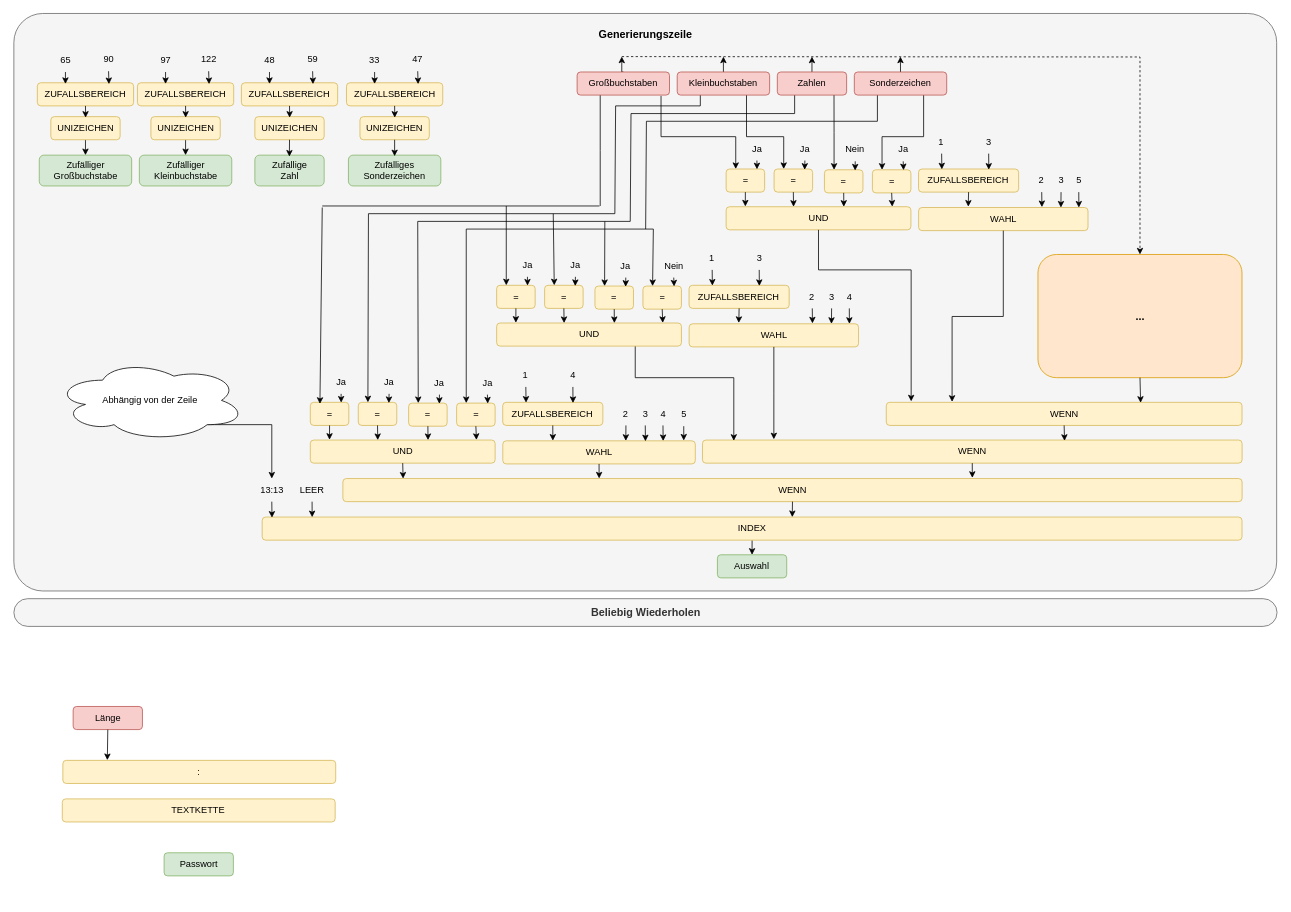
The draw.io diagram Passwort Generator.drawio in Nikogenia/Draw, before the edit. Source tidied: cells renumbered, new cells numbered last; positions are measured from the earlier drawing's top-left corner, leaving out a move shared by most shapes. Both pictures are drawn from the tidied source at 77%, with x=0, y=0 at pixel (14, 13).
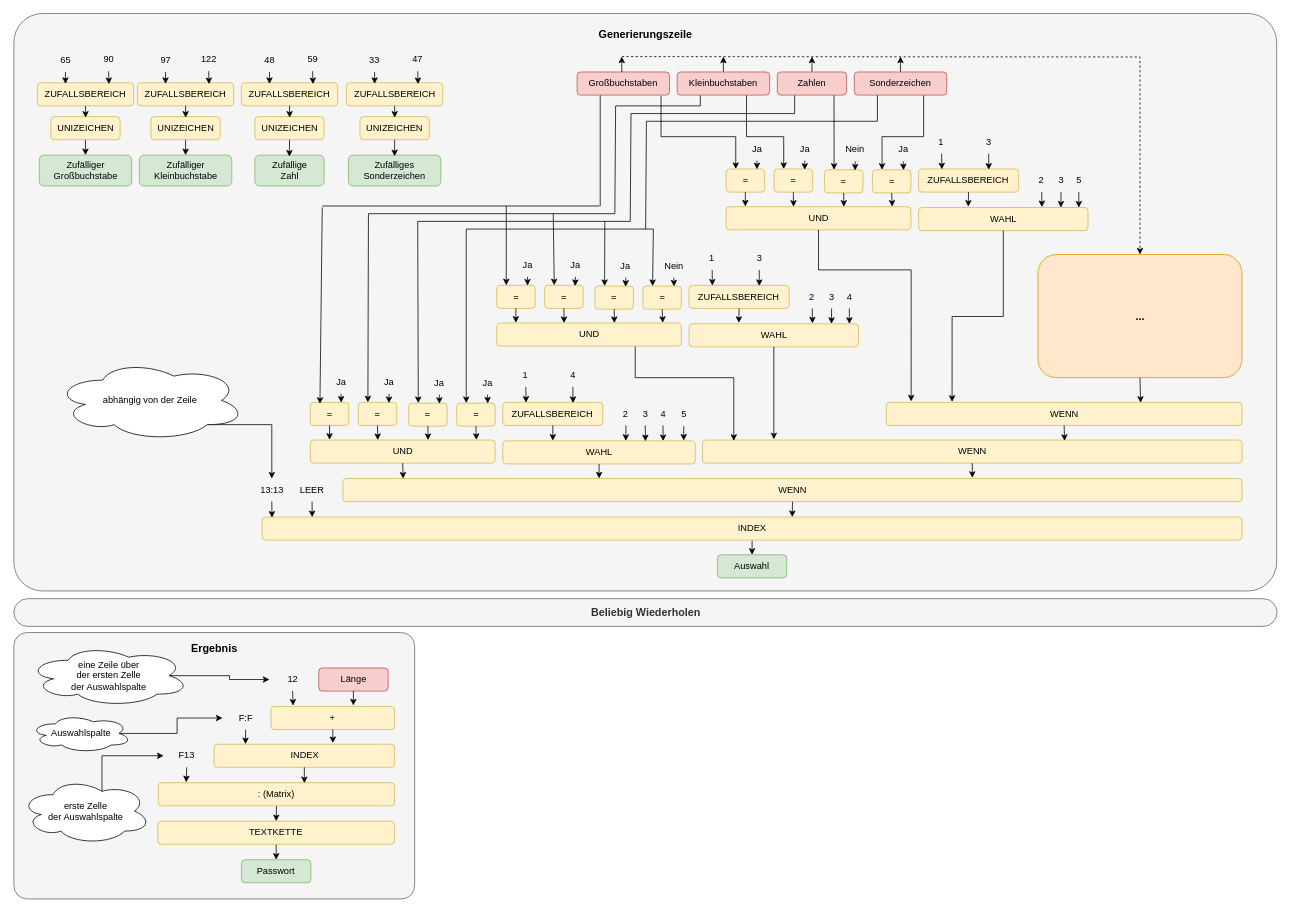
The same page after the edit.

Change to the diagram source:
```diff
@@
+    <mxCell id="191" style="rounded=1;whiteSpace=wrap;html=1;arcSize=5;fillColor=#f5f5f5;strokeColor=#666666;fontColor=#333333;" parent="1" vertex="1">
+      <mxGeometry x="-0.5" y="804" width="520.5" height="346" as="geometry" />
+    </mxCell>
@@
     <mxCell id="7" value="Länge" style="rounded=1;whiteSpace=wrap;html=1;fillColor=#f8cecc;strokeColor=#b85450;" parent="1" vertex="1">
-      <mxGeometry x="76.5" y="900" width="90" height="30" as="geometry" />
+      <mxGeometry x="395.5" y="850" width="90" height="30" as="geometry" />
     </mxCell>
@@
     <mxCell id="24" value="Passwort" style="rounded=1;whiteSpace=wrap;html=1;fillColor=#d5e8d4;strokeColor=#82b366;" parent="1" vertex="1">
-      <mxGeometry x="194.6" y="1090" width="90" height="30" as="geometry" />
+      <mxGeometry x="295.2" y="1099" width="90" height="30" as="geometry" />
     </mxCell>
@@
-    <mxCell id="186" value="Abhängig von der Zeile" style="ellipse;shape=cloud;whiteSpace=wrap;html=1;" parent="1" vertex="1">
+    <mxCell id="186" value="abhängig von der Zeile" style="ellipse;shape=cloud;whiteSpace=wrap;html=1;" parent="1" vertex="1">
       <mxGeometry x="53" y="450" width="247" height="105" as="geometry" />
     </mxCell>
+    <mxCell id="192" style="edgeStyle=orthogonalEdgeStyle;rounded=0;jettySize=auto;html=1;exitX=0.5;exitY=1;exitDx=0;exitDy=0;entryX=0.5;entryY=0;entryDx=0;entryDy=0;" parent="1" edge="1" source="187" target="24">
+      <mxGeometry relative="1" as="geometry" />
+    </mxCell>
     <mxCell id="187" value="TEXTKETTE" style="rounded=1;whiteSpace=wrap;html=1;fillColor=#fff2cc;strokeColor=#d6b656;" parent="1" vertex="1">
-      <mxGeometry x="62.4" y="1020" width="354.4" height="30" as="geometry" />
+      <mxGeometry x="186.4" y="1049" width="307.6" height="30" as="geometry" />
     </mxCell>
+    <mxCell id="193" style="edgeStyle=orthogonalEdgeStyle;rounded=0;jettySize=auto;html=1;exitX=0.5;exitY=1;exitDx=0;exitDy=0;entryX=0.5;entryY=0;entryDx=0;entryDy=0;" parent="1" edge="1" source="188" target="187">
+      <mxGeometry relative="1" as="geometry" />
+    </mxCell>
-    <mxCell id="188" value=":" style="rounded=1;whiteSpace=wrap;html=1;fillColor=#fff2cc;strokeColor=#d6b656;" parent="1" vertex="1">
-      <mxGeometry x="63.1" y="970" width="354.4" height="30" as="geometry" />
+    <mxCell id="188" value=": (Matrix)" style="rounded=1;whiteSpace=wrap;html=1;fillColor=#fff2cc;strokeColor=#d6b656;" parent="1" vertex="1">
+      <mxGeometry x="187.1" y="999" width="306.9" height="30" as="geometry" />
     </mxCell>
@@
-    <mxCell id="190" style="edgeStyle=orthogonalEdgeStyle;rounded=0;jettySize=auto;html=1;exitX=0.5;exitY=1;exitDx=0;exitDy=0;entryX=0.163;entryY=-0.011;entryDx=0;entryDy=0;entryPerimeter=0;" parent="1" edge="1" source="7" target="188">
-      <mxGeometry relative="1" as="geometry" />
-    </mxCell>
+    <mxCell id="194" value="F:F" style="text;html=1;strokeColor=none;fillColor=none;align=center;verticalAlign=middle;whiteSpace=wrap;rounded=0;" parent="1" vertex="1">
+      <mxGeometry x="270.5" y="900" width="60" height="30" as="geometry" />
+    </mxCell>
+    <mxCell id="195" value="F13" style="text;html=1;strokeColor=none;fillColor=none;align=center;verticalAlign=middle;whiteSpace=wrap;rounded=0;" parent="1" vertex="1">
+      <mxGeometry x="194" y="949" width="60" height="30" as="geometry" />
+    </mxCell>
+    <mxCell id="196" value="+" style="rounded=1;whiteSpace=wrap;html=1;fillColor=#fff2cc;strokeColor=#d6b656;" parent="1" vertex="1">
+      <mxGeometry x="333.4" y="900" width="160.6" height="30" as="geometry" />
+    </mxCell>
+    <mxCell id="197" value="INDEX" style="rounded=1;whiteSpace=wrap;html=1;fillColor=#fff2cc;strokeColor=#d6b656;" parent="1" vertex="1">
+      <mxGeometry x="259.5" y="949" width="234.5" height="30" as="geometry" />
+    </mxCell>
+    <mxCell id="198" value="12" style="text;html=1;strokeColor=none;fillColor=none;align=center;verticalAlign=middle;whiteSpace=wrap;rounded=0;" parent="1" vertex="1">
+      <mxGeometry x="331.5" y="850" width="60" height="30" as="geometry" />
+    </mxCell>
+    <mxCell id="199" style="edgeStyle=orthogonalEdgeStyle;rounded=0;jettySize=auto;html=1;exitX=0.5;exitY=1;exitDx=0;exitDy=0;entryX=0.618;entryY=0.019;entryDx=0;entryDy=0;entryPerimeter=0;" parent="1" edge="1" source="197" target="188">
+      <mxGeometry relative="1" as="geometry" />
+    </mxCell>
+    <mxCell id="200" style="edgeStyle=orthogonalEdgeStyle;rounded=0;jettySize=auto;html=1;exitX=0.5;exitY=1;exitDx=0;exitDy=0;entryX=0.118;entryY=-0.02;entryDx=0;entryDy=0;entryPerimeter=0;" parent="1" edge="1" source="195" target="188">
+      <mxGeometry relative="1" as="geometry" />
+    </mxCell>
+    <mxCell id="201" style="edgeStyle=orthogonalEdgeStyle;rounded=0;jettySize=auto;html=1;exitX=0.5;exitY=1;exitDx=0;exitDy=0;entryX=0.658;entryY=-0.048;entryDx=0;entryDy=0;entryPerimeter=0;" parent="1" edge="1" source="196" target="197">
+      <mxGeometry relative="1" as="geometry" />
+    </mxCell>
+    <mxCell id="202" style="edgeStyle=orthogonalEdgeStyle;rounded=0;jettySize=auto;html=1;exitX=0.5;exitY=1;exitDx=0;exitDy=0;entryX=0.174;entryY=-0.002;entryDx=0;entryDy=0;entryPerimeter=0;" parent="1" edge="1" source="194" target="197">
+      <mxGeometry relative="1" as="geometry" />
+    </mxCell>
+    <mxCell id="203" style="edgeStyle=orthogonalEdgeStyle;rounded=0;jettySize=auto;html=1;exitX=0.5;exitY=1;exitDx=0;exitDy=0;entryX=0.666;entryY=-0.044;entryDx=0;entryDy=0;entryPerimeter=0;" parent="1" edge="1" source="7" target="196">
+      <mxGeometry relative="1" as="geometry" />
+    </mxCell>
+    <mxCell id="204" style="edgeStyle=orthogonalEdgeStyle;rounded=0;jettySize=auto;html=1;exitX=0.5;exitY=1;exitDx=0;exitDy=0;entryX=0.179;entryY=-0.035;entryDx=0;entryDy=0;entryPerimeter=0;" parent="1" edge="1" source="198" target="196">
+      <mxGeometry relative="1" as="geometry" />
+    </mxCell>
+    <mxCell id="205" value="&lt;b&gt;&lt;font style=&quot;font-size: 14px;&quot;&gt;Ergebnis&lt;/font&gt;&lt;/b&gt;" style="text;html=1;strokeColor=none;fillColor=none;align=center;verticalAlign=middle;whiteSpace=wrap;rounded=0;" parent="1" vertex="1">
+      <mxGeometry x="229.8" y="810" width="60" height="30" as="geometry" />
+    </mxCell>
+    <mxCell id="206" style="edgeStyle=orthogonalEdgeStyle;rounded=0;jettySize=auto;html=1;exitX=0.625;exitY=0.2;exitDx=0;exitDy=0;exitPerimeter=0;entryX=0;entryY=0.5;entryDx=0;entryDy=0;" parent="1" edge="1" source="207" target="195">
+      <mxGeometry relative="1" as="geometry">
+        <Array as="points">
+          <mxPoint x="114" y="964" />
+        </Array>
+      </mxGeometry>
+    </mxCell>
+    <mxCell id="207" value="erste Zelle&lt;br&gt;der Auswahlspalte" style="ellipse;shape=cloud;whiteSpace=wrap;html=1;" parent="1" vertex="1">
+      <mxGeometry x="8" y="993" width="169.5" height="86" as="geometry" />
+    </mxCell>
+    <mxCell id="208" style="edgeStyle=orthogonalEdgeStyle;rounded=0;jettySize=auto;html=1;exitX=0.875;exitY=0.5;exitDx=0;exitDy=0;exitPerimeter=0;entryX=0;entryY=0.5;entryDx=0;entryDy=0;" parent="1" edge="1" source="209" target="194">
+      <mxGeometry relative="1" as="geometry" />
+    </mxCell>
+    <mxCell id="209" value="Auswahlspalte" style="ellipse;shape=cloud;whiteSpace=wrap;html=1;" parent="1" vertex="1">
+      <mxGeometry x="20.5" y="910" width="132" height="50" as="geometry" />
+    </mxCell>
+    <mxCell id="210" style="edgeStyle=orthogonalEdgeStyle;rounded=0;jettySize=auto;html=1;exitX=0.875;exitY=0.5;exitDx=0;exitDy=0;exitPerimeter=0;entryX=0;entryY=0.5;entryDx=0;entryDy=0;" parent="1" edge="1" source="211" target="198">
+      <mxGeometry relative="1" as="geometry" />
+    </mxCell>
+    <mxCell id="211" value="eine Zeile über&lt;br&gt;der ersten Zelle&lt;br&gt;der Auswahlspalte" style="ellipse;shape=cloud;whiteSpace=wrap;html=1;" parent="1" vertex="1">
+      <mxGeometry x="17.5" y="820" width="210" height="80" as="geometry" />
+    </mxCell>
```
